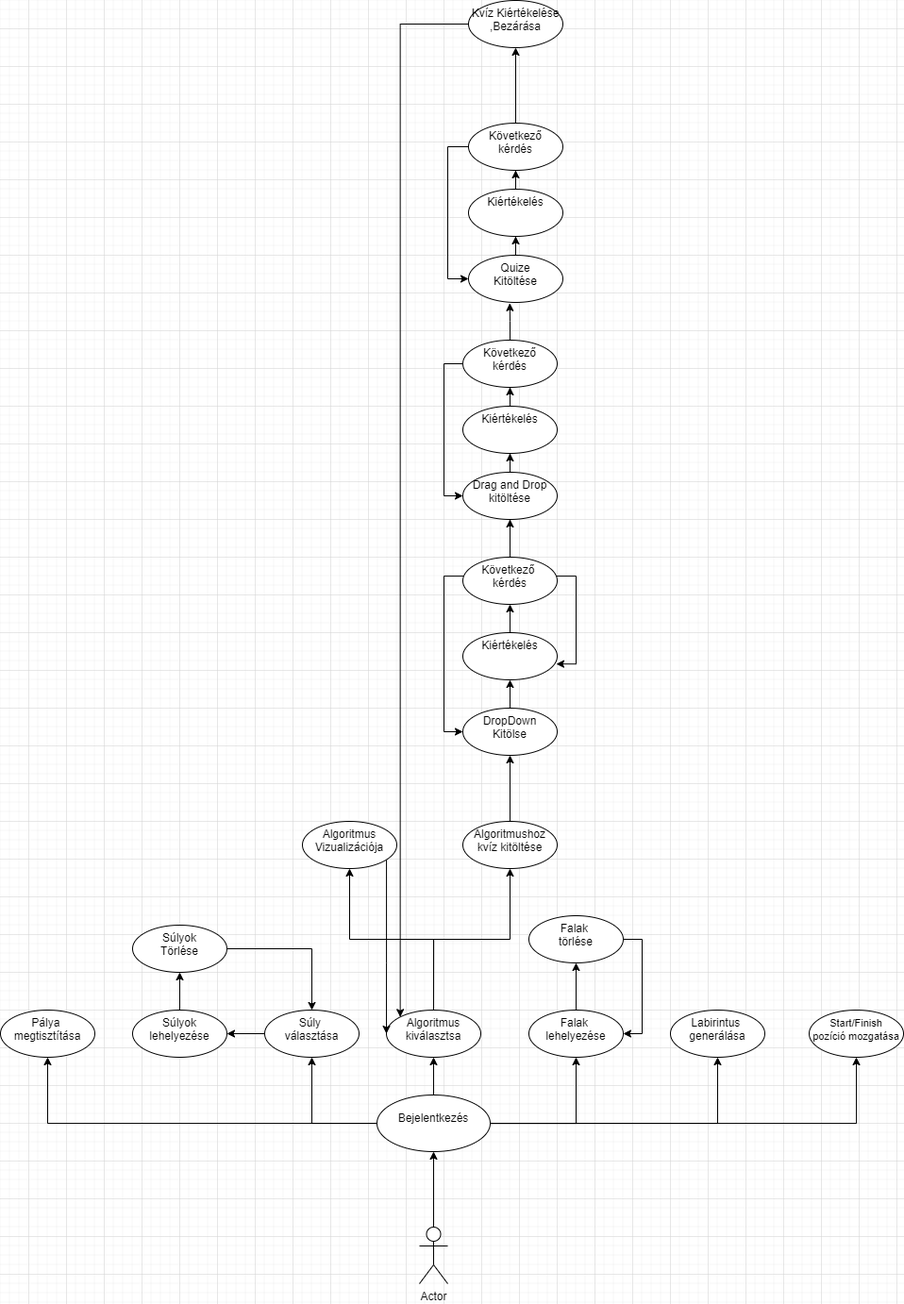
Above: umls/felhasznaloi-eset.drawio.png in borsym/Pathfinding-visualization (draw.io), before the change. Source tidied: cells renumbered, new cells last; positions are measured from the earlier drawing's top-left corner, leaving out a move shared by most shapes.
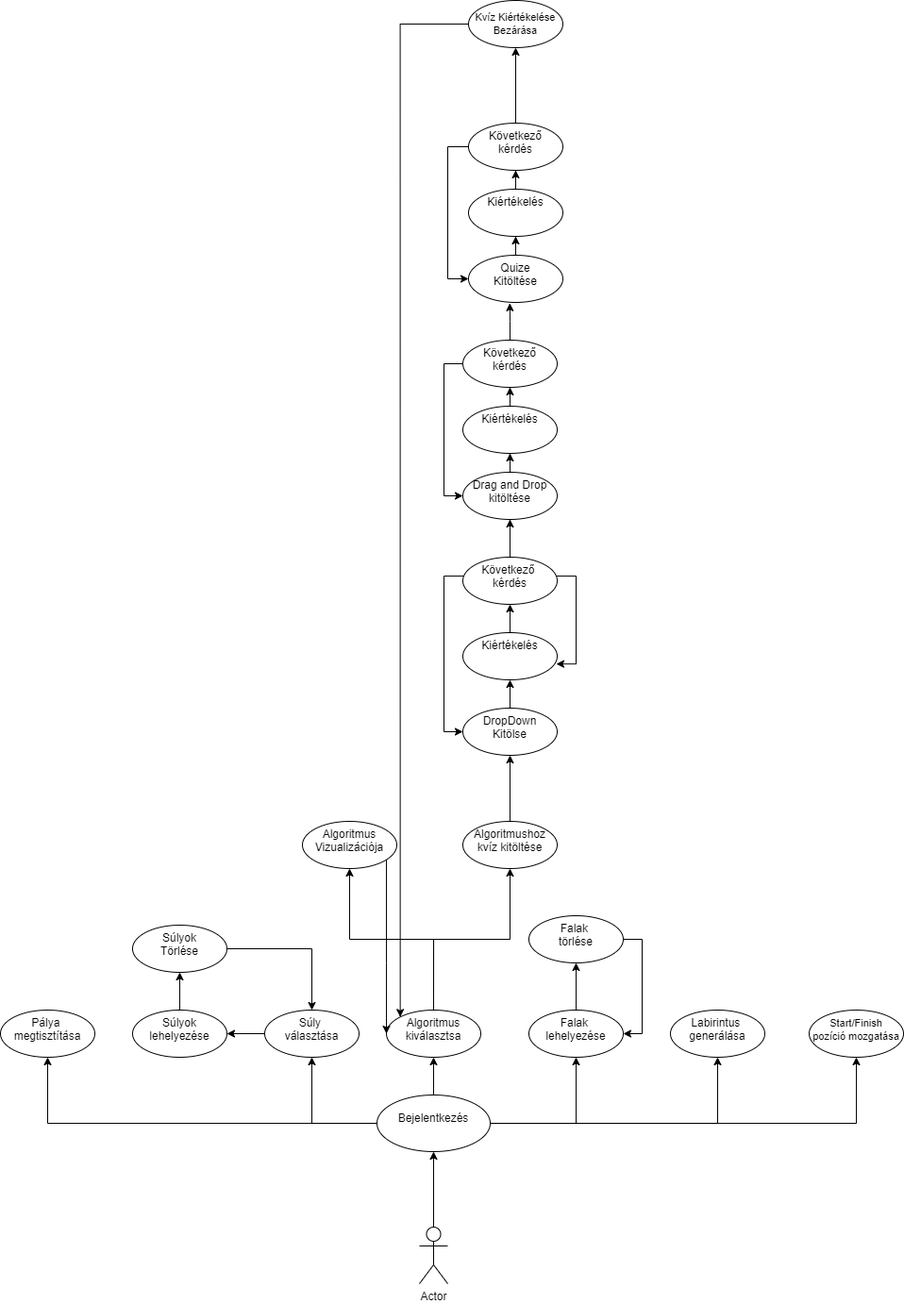
Later version of the same file.

The edit, as a diff of the source:
```diff
@@ -187,7 +187,7 @@
         </Array>
       </mxGeometry>
     </mxCell>
-    <mxCell id="54" value="Kvíz Kiértékelése&lt;br&gt;,Bezárása" style="ellipse;whiteSpace=wrap;html=1;verticalAlign=top;" parent="1" vertex="1">
+    <mxCell id="54" value="Kvíz Kiértékelése&lt;br style=&quot;font-size: 11px&quot;&gt;Bezárása" style="ellipse;whiteSpace=wrap;html=1;verticalAlign=middle;labelPosition=center;verticalLabelPosition=middle;align=center;fontSize=11;" parent="1" vertex="1">
       <mxGeometry x="496" width="100" height="50" as="geometry" />
     </mxCell>
   </root>
```
